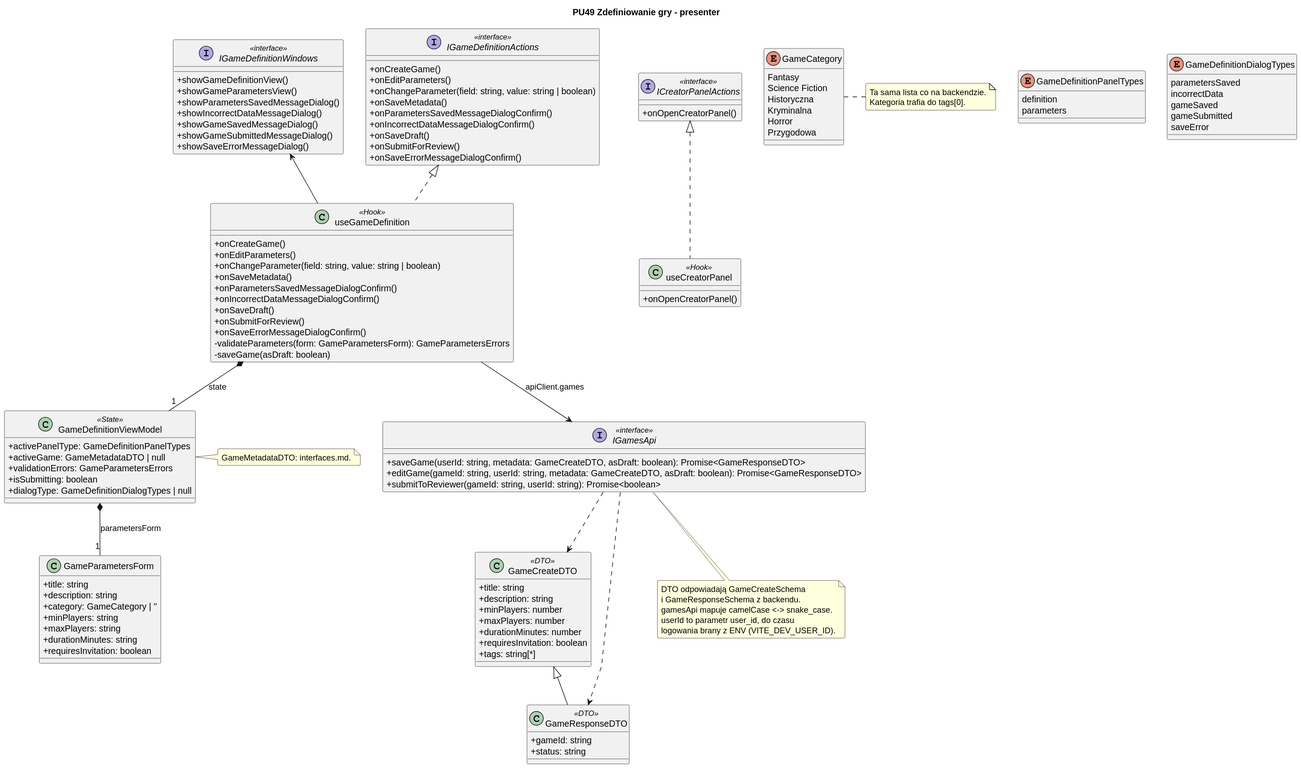
The PlantUML diagram diagrams/frontend/rendered/game-definition-presenter.svg in Igor-Ochocki/POP-2026Z, before a commit.
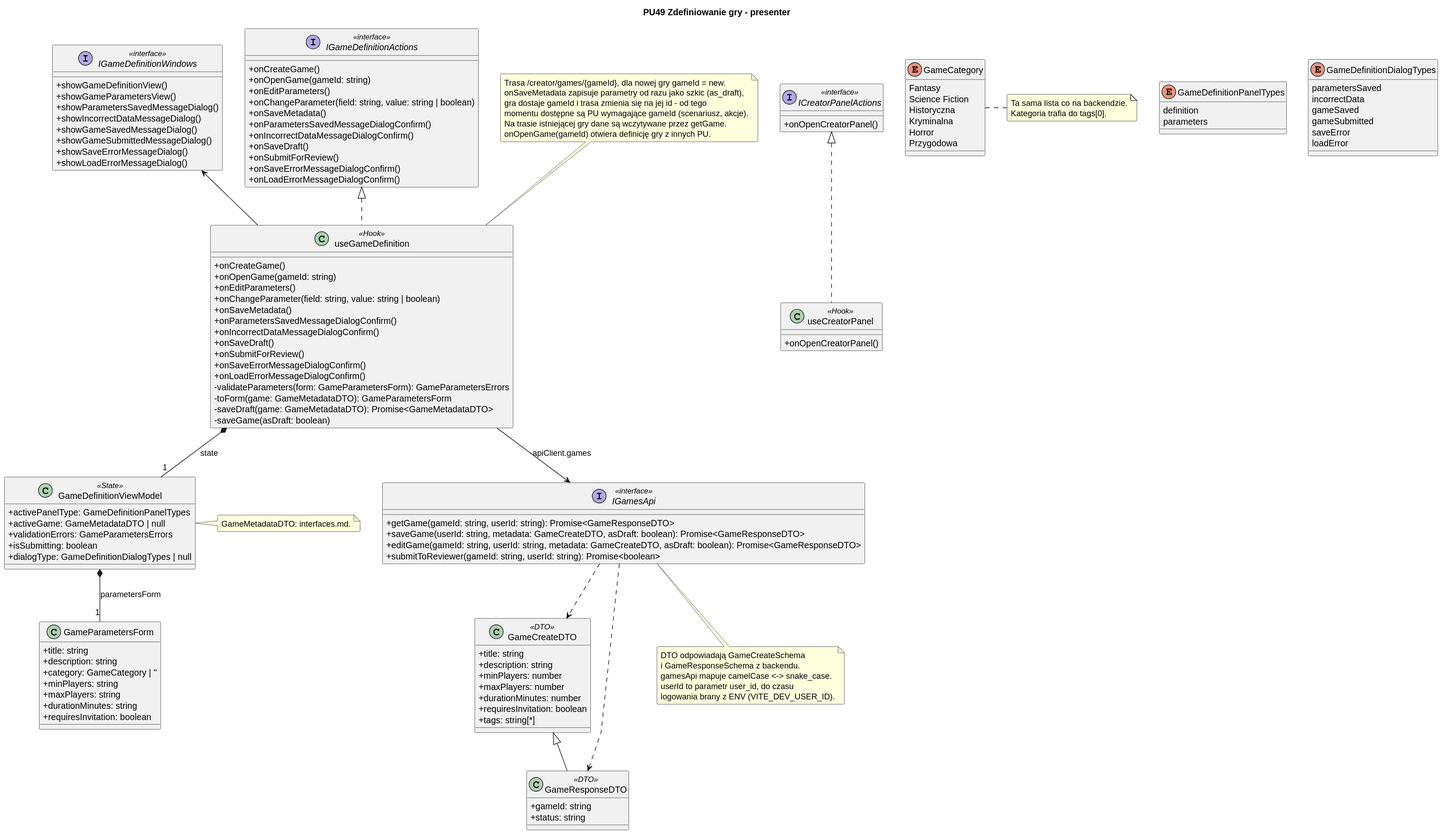
Later version of the same file.

Diff of the diagram source:
```diff
@@ -9,6 +9,7 @@
 
 class useGameDefinition <<Hook>> {
     + onCreateGame()
+    + onOpenGame(gameId: string)
     + onEditParameters()
     + onChangeParameter(field: string, value: string | boolean)
     + onSaveMetadata()
@@ -17,12 +18,16 @@
     + onSaveDraft()
     + onSubmitForReview()
     + onSaveErrorMessageDialogConfirm()
+    + onLoadErrorMessageDialogConfirm()
     - validateParameters(form: GameParametersForm): GameParametersErrors
+    - toForm(game: GameMetadataDTO): GameParametersForm
+    - saveDraft(game: GameMetadataDTO): Promise<GameMetadataDTO>
     - saveGame(asDraft: boolean)
 }
 
 interface IGameDefinitionActions <<interface>> {
     + onCreateGame()
+    + onOpenGame(gameId: string)
     + onEditParameters()
     + onChangeParameter(field: string, value: string | boolean)
     + onSaveMetadata()
@@ -31,6 +36,7 @@
     + onSaveDraft()
     + onSubmitForReview()
     + onSaveErrorMessageDialogConfirm()
+    + onLoadErrorMessageDialogConfirm()
 }
 
 interface IGameDefinitionWindows <<interface>> {
@@ -41,6 +47,7 @@
     + showGameSavedMessageDialog()
     + showGameSubmittedMessageDialog()
     + showSaveErrorMessageDialog()
+    + showLoadErrorMessageDialog()
 }
 
 interface ICreatorPanelActions <<interface>> {
@@ -52,6 +59,7 @@
 }
 
 interface IGamesApi <<interface>> {
+    + getGame(gameId: string, userId: string): Promise<GameResponseDTO>
     + saveGame(userId: string, metadata: GameCreateDTO, asDraft: boolean): Promise<GameResponseDTO>
     + editGame(gameId: string, userId: string, metadata: GameCreateDTO, asDraft: boolean): Promise<GameResponseDTO>
     + submitToReviewer(gameId: string, userId: string): Promise<boolean>
@@ -91,6 +99,7 @@
     gameSaved
     gameSubmitted
     saveError
+    loadError
 }
 
 class GameParametersForm {
@@ -123,6 +132,15 @@
 IGamesApi ..> GameCreateDTO
 IGamesApi ..> GameResponseDTO
 
+note top of useGameDefinition
+    Trasa /creator/games/{gameId}, dla nowej gry gameId = new.
+    onSaveMetadata zapisuje parametry od razu jako szkic (as_draft),
+    gra dostaje gameId i trasa zmienia się na jej id - od tego
+    momentu dostępne są PU wymagające gameId (scenariusz, akcje).
+    Na trasie istniejącej gry dane są wczytywane przez getGame.
+    onOpenGame(gameId) otwiera definicję gry z innych PU.
+end note
+
 note right of GameDefinitionViewModel
     GameMetadataDTO: interfaces.md.
 end note
```
